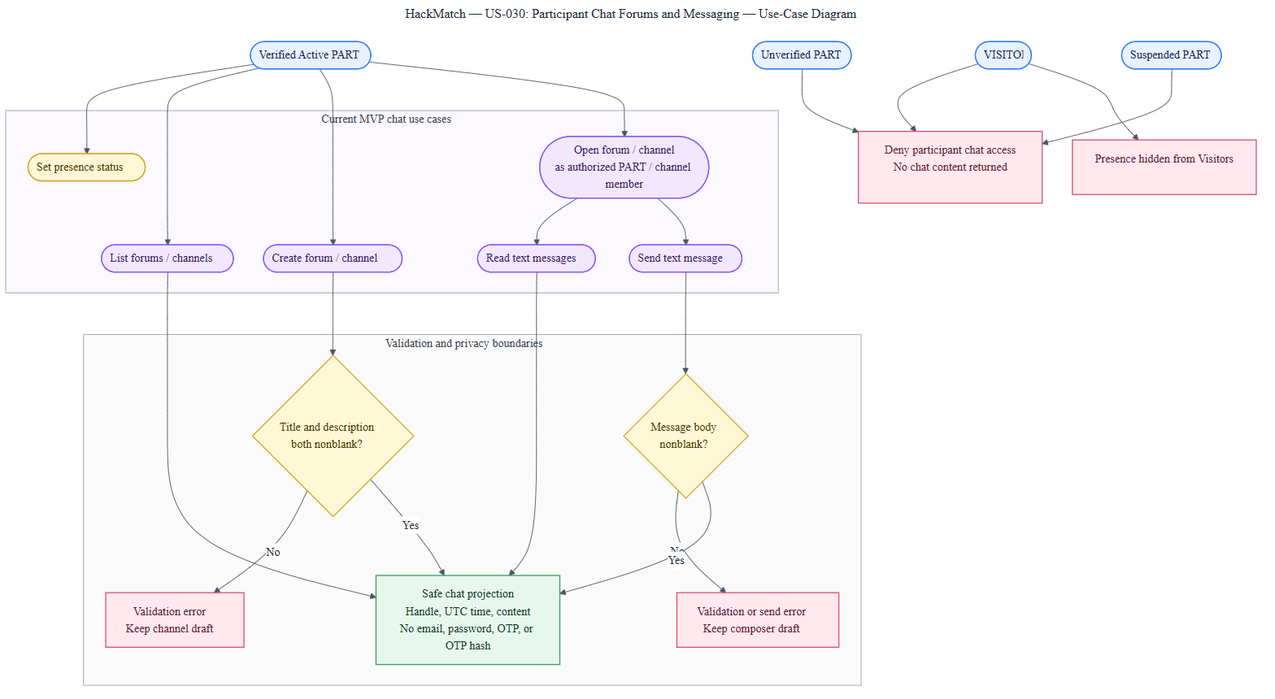
Earlier version of the Mermaid export docs/diagrams/US-030/US-030-chat-use-case.png (comp313-g1/HackMatch). Its source is kept beside it as docs/diagrams/US-030/US-030-chat-use-case.mmd.
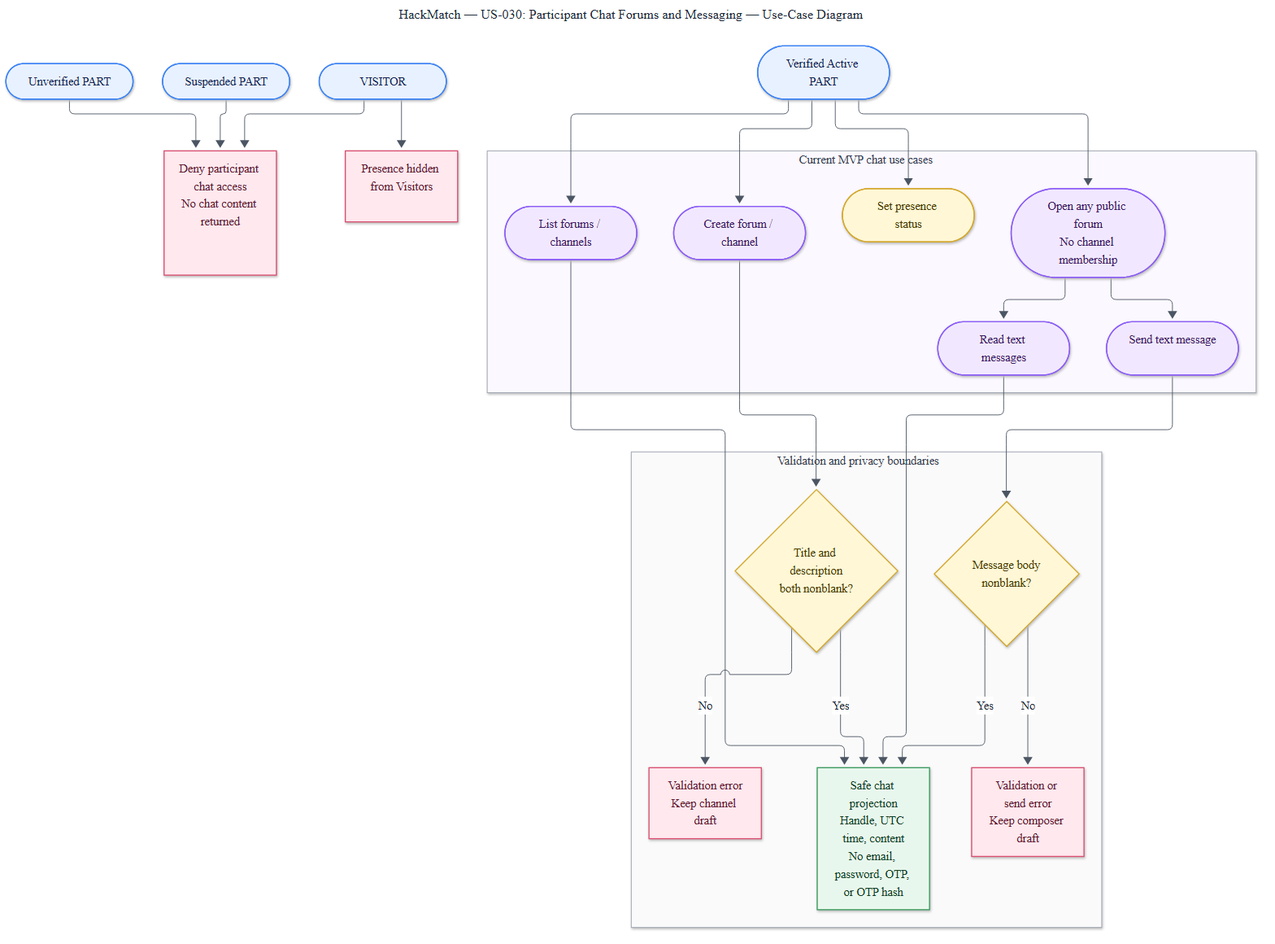
The same diagram one commit later.

Diff of the diagram source:
```diff
@@ -13,7 +13,7 @@
         PRESENCE(["Set presence status"]):::presence
         LIST(["List forums / channels"]):::chat
         CREATE(["Create forum / channel"]):::chat
-        OPEN(["Open forum / channel<br/>as authorized PART / channel member"]):::chat
+        OPEN(["Open any public forum<br/>No channel membership"]):::chat
         READ(["Read text messages"]):::chat
         SEND(["Send text message"]):::chat
         OPEN --> READ
```
